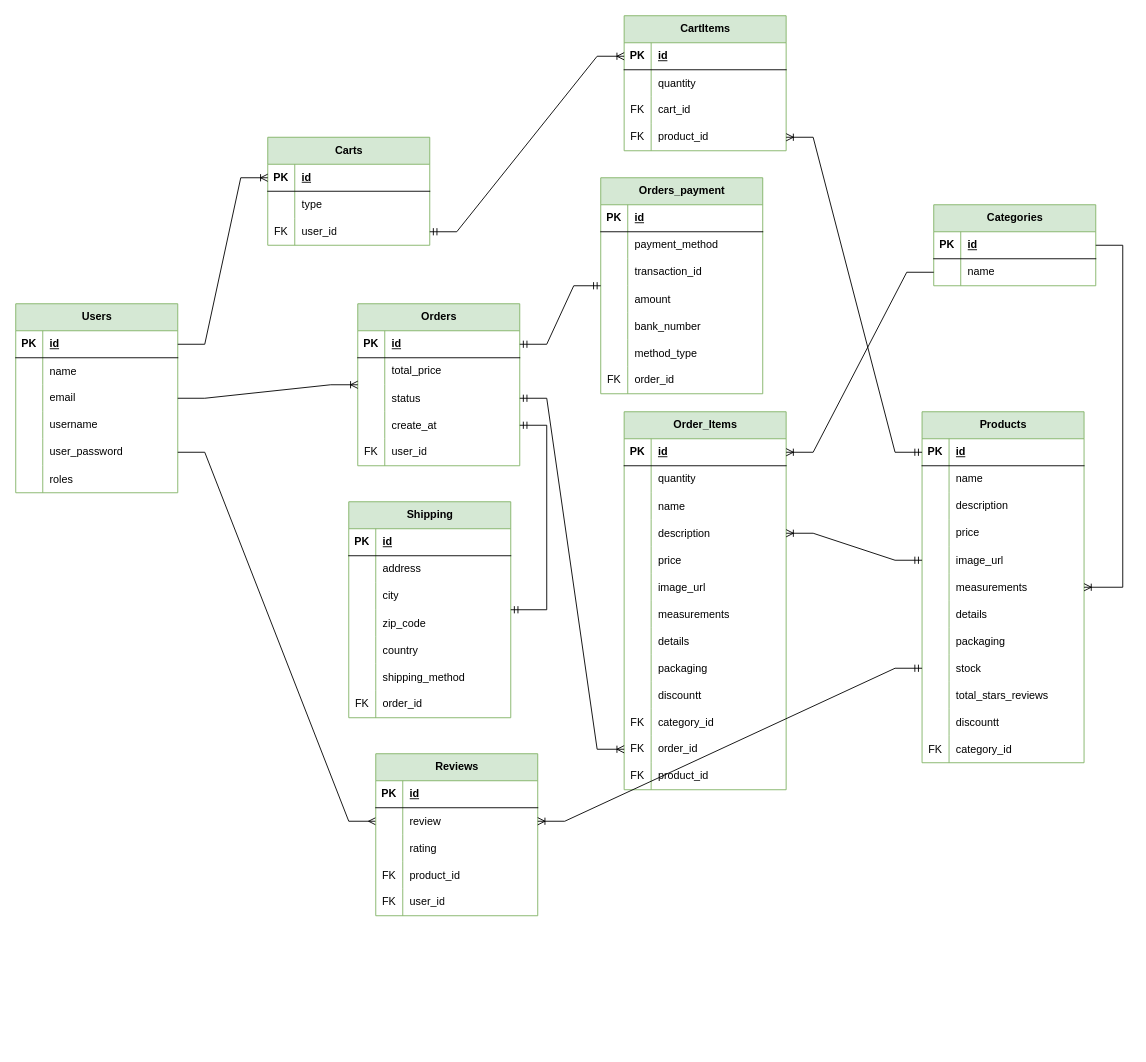
Above: ER Diagram.drawio in matobuild/Elegant (draw.io), before the change. Source tidied: cells renumbered, new cells numbered last; positions are measured from the earlier drawing's top-left corner, leaving out a move shared by most shapes. Both pictures are drawn from the tidied source at 90%, with x=0, y=0 at pixel (15, 15).
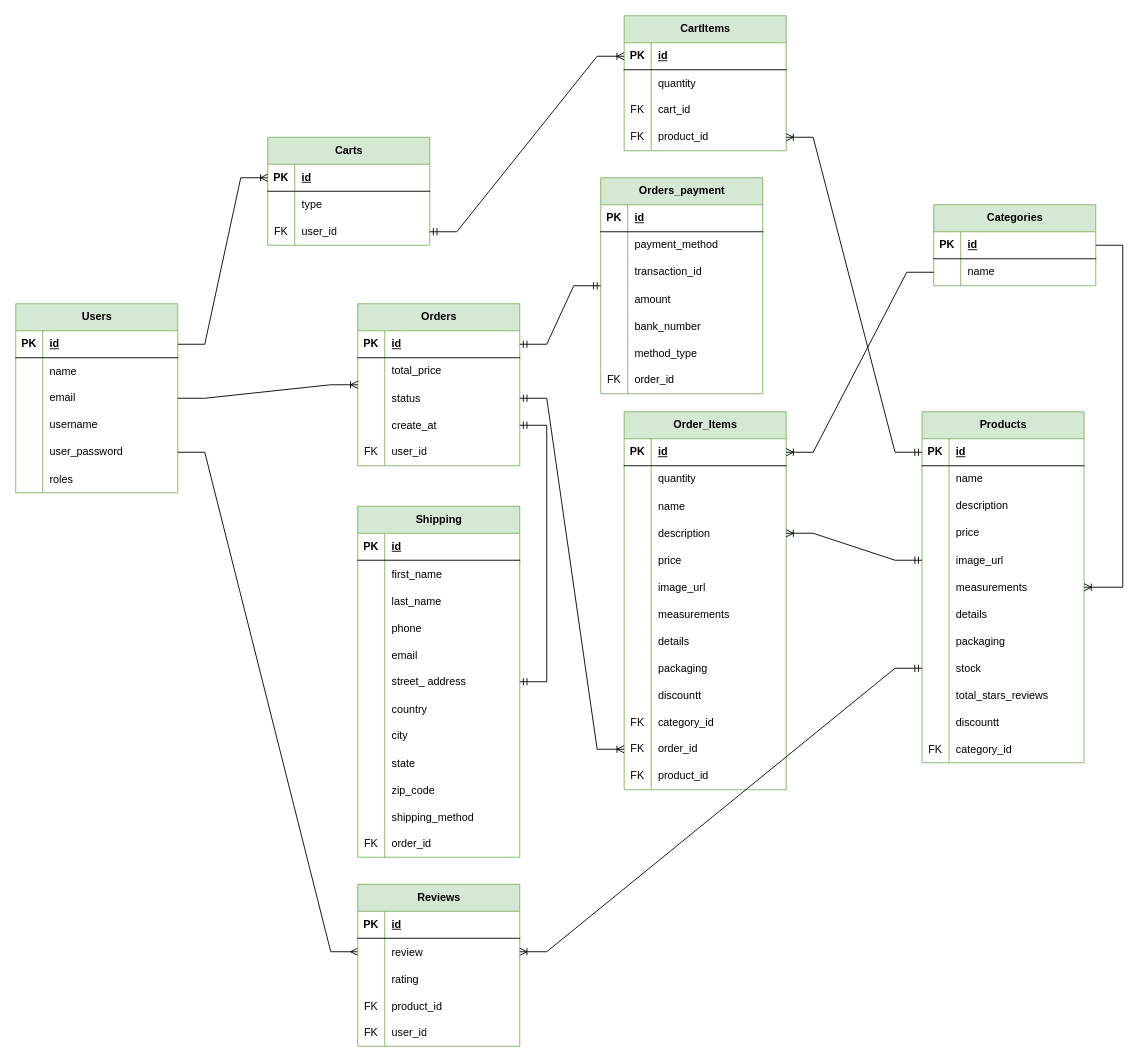
The same diagram, later.

What changed in the source:
```diff
@@
     <mxCell id="116" value="Shipping" style="shape=table;startSize=30;childLayout=tableLayout;rowLines=0;fontStyle=1;align=center;html=1;fillColor=#d5e8d4;strokeColor=#82b366;" parent="1" vertex="1">
-      <mxGeometry x="370" y="540" width="180" height="240" as="geometry" />
+      <mxGeometry x="380" y="545" width="180" height="390" as="geometry" />
     </mxCell>
@@
+    <mxCell id="216" style="shape=tableRow;horizontal=0;startSize=0;swimlaneHead=0;swimlaneBody=0;fillColor=none;top=0;left=0;right=0;bottom=0;" parent="116" vertex="1">
+      <mxGeometry y="60" width="180" height="30" as="geometry" />
+    </mxCell>
+    <mxCell id="217" style="shape=partialRectangle;fillColor=none;top=0;left=0;bottom=0;right=0;overflow=hidden;" parent="216" vertex="1">
+      <mxGeometry width="30" height="30" as="geometry" />
+    </mxCell>
+    <mxCell id="218" value="first_name" style="shape=partialRectangle;fillColor=none;top=0;left=0;bottom=0;right=0;align=left;spacingLeft=6;overflow=hidden;" parent="216" vertex="1">
+      <mxGeometry x="30" width="150" height="30" as="geometry" />
+    </mxCell>
+    <mxCell id="219" style="shape=tableRow;horizontal=0;startSize=0;swimlaneHead=0;swimlaneBody=0;fillColor=none;top=0;left=0;right=0;bottom=0;" parent="116" vertex="1">
+      <mxGeometry y="90" width="180" height="30" as="geometry" />
+    </mxCell>
+    <mxCell id="220" style="shape=partialRectangle;fillColor=none;top=0;left=0;bottom=0;right=0;overflow=hidden;" parent="219" vertex="1">
+      <mxGeometry width="30" height="30" as="geometry" />
+    </mxCell>
+    <mxCell id="221" value="last_name" style="shape=partialRectangle;fillColor=none;top=0;left=0;bottom=0;right=0;align=left;spacingLeft=6;overflow=hidden;" parent="219" vertex="1">
+      <mxGeometry x="30" width="150" height="30" as="geometry" />
+    </mxCell>
+    <mxCell id="222" style="shape=tableRow;horizontal=0;startSize=0;swimlaneHead=0;swimlaneBody=0;fillColor=none;top=0;left=0;right=0;bottom=0;" parent="116" vertex="1">
+      <mxGeometry y="120" width="180" height="30" as="geometry" />
+    </mxCell>
+    <mxCell id="223" style="shape=partialRectangle;fillColor=none;top=0;left=0;bottom=0;right=0;overflow=hidden;" parent="222" vertex="1">
+      <mxGeometry width="30" height="30" as="geometry" />
+    </mxCell>
+    <mxCell id="224" value="phone" style="shape=partialRectangle;fillColor=none;top=0;left=0;bottom=0;right=0;align=left;spacingLeft=6;overflow=hidden;" parent="222" vertex="1">
+      <mxGeometry x="30" width="150" height="30" as="geometry" />
+    </mxCell>
+    <mxCell id="225" style="shape=tableRow;horizontal=0;startSize=0;swimlaneHead=0;swimlaneBody=0;fillColor=none;top=0;left=0;right=0;bottom=0;" parent="116" vertex="1">
+      <mxGeometry y="150" width="180" height="30" as="geometry" />
+    </mxCell>
+    <mxCell id="226" style="shape=partialRectangle;fillColor=none;top=0;left=0;bottom=0;right=0;overflow=hidden;" parent="225" vertex="1">
+      <mxGeometry width="30" height="30" as="geometry" />
+    </mxCell>
+    <mxCell id="227" value="email" style="shape=partialRectangle;fillColor=none;top=0;left=0;bottom=0;right=0;align=left;spacingLeft=6;overflow=hidden;" parent="225" vertex="1">
+      <mxGeometry x="30" width="150" height="30" as="geometry" />
+    </mxCell>
     <mxCell id="120" style="shape=tableRow;horizontal=0;startSize=0;swimlaneHead=0;swimlaneBody=0;fillColor=none;top=0;left=0;right=0;bottom=0;" parent="116" vertex="1">
-      <mxGeometry y="60" width="180" height="30" as="geometry" />
+      <mxGeometry y="180" width="180" height="30" as="geometry" />
     </mxCell>
@@
-    <mxCell id="122" value="address" style="shape=partialRectangle;fillColor=none;top=0;left=0;bottom=0;right=0;align=left;spacingLeft=6;overflow=hidden;whiteSpace=wrap;html=1;" parent="120" vertex="1">
+    <mxCell id="122" value="street_ address" style="shape=partialRectangle;fillColor=none;top=0;left=0;bottom=0;right=0;align=left;spacingLeft=6;overflow=hidden;whiteSpace=wrap;html=1;" parent="120" vertex="1">
       <mxGeometry x="30" width="150" height="30" as="geometry" />
     </mxCell>
+    <mxCell id="129" style="shape=tableRow;horizontal=0;startSize=0;swimlaneHead=0;swimlaneBody=0;fillColor=none;top=0;left=0;right=0;bottom=0;" parent="116" vertex="1">
+      <mxGeometry y="210" width="180" height="30" as="geometry" />
+    </mxCell>
+    <mxCell id="130" style="shape=partialRectangle;fillColor=none;top=0;left=0;bottom=0;right=0;overflow=hidden;" parent="129" vertex="1">
+      <mxGeometry width="30" height="30" as="geometry" />
+    </mxCell>
+    <mxCell id="131" value="country" style="shape=partialRectangle;fillColor=none;top=0;left=0;bottom=0;right=0;align=left;spacingLeft=6;overflow=hidden;" parent="129" vertex="1">
+      <mxGeometry x="30" width="150" height="30" as="geometry" />
+    </mxCell>
     <mxCell id="123" style="shape=tableRow;horizontal=0;startSize=0;swimlaneHead=0;swimlaneBody=0;fillColor=none;top=0;left=0;right=0;bottom=0;" parent="116" vertex="1">
-      <mxGeometry y="90" width="180" height="30" as="geometry" />
+      <mxGeometry y="240" width="180" height="30" as="geometry" />
     </mxCell>
@@
+    <mxCell id="228" style="shape=tableRow;horizontal=0;startSize=0;swimlaneHead=0;swimlaneBody=0;fillColor=none;top=0;left=0;right=0;bottom=0;" parent="116" vertex="1">
+      <mxGeometry y="270" width="180" height="30" as="geometry" />
+    </mxCell>
+    <mxCell id="229" style="shape=partialRectangle;fillColor=none;top=0;left=0;bottom=0;right=0;overflow=hidden;" parent="228" vertex="1">
+      <mxGeometry width="30" height="30" as="geometry" />
+    </mxCell>
+    <mxCell id="230" value="state" style="shape=partialRectangle;fillColor=none;top=0;left=0;bottom=0;right=0;align=left;spacingLeft=6;overflow=hidden;" parent="228" vertex="1">
+      <mxGeometry x="30" width="150" height="30" as="geometry" />
+    </mxCell>
     <mxCell id="126" style="shape=tableRow;horizontal=0;startSize=0;swimlaneHead=0;swimlaneBody=0;fillColor=none;top=0;left=0;right=0;bottom=0;" parent="116" vertex="1">
-      <mxGeometry y="120" width="180" height="30" as="geometry" />
+      <mxGeometry y="300" width="180" height="30" as="geometry" />
     </mxCell>
@@
-    <mxCell id="129" style="shape=tableRow;horizontal=0;startSize=0;swimlaneHead=0;swimlaneBody=0;fillColor=none;top=0;left=0;right=0;bottom=0;" parent="116" vertex="1">
-      <mxGeometry y="150" width="180" height="30" as="geometry" />
-    </mxCell>
-    <mxCell id="130" style="shape=partialRectangle;fillColor=none;top=0;left=0;bottom=0;right=0;overflow=hidden;" parent="129" vertex="1">
-      <mxGeometry width="30" height="30" as="geometry" />
-    </mxCell>
-    <mxCell id="131" value="country" style="shape=partialRectangle;fillColor=none;top=0;left=0;bottom=0;right=0;align=left;spacingLeft=6;overflow=hidden;" parent="129" vertex="1">
-      <mxGeometry x="30" width="150" height="30" as="geometry" />
-    </mxCell>
     <mxCell id="132" style="shape=tableRow;horizontal=0;startSize=0;swimlaneHead=0;swimlaneBody=0;fillColor=none;top=0;left=0;right=0;bottom=0;" parent="116" vertex="1">
-      <mxGeometry y="180" width="180" height="30" as="geometry" />
+      <mxGeometry y="330" width="180" height="30" as="geometry" />
     </mxCell>
@@
     <mxCell id="135" style="shape=tableRow;horizontal=0;startSize=0;swimlaneHead=0;swimlaneBody=0;fillColor=none;top=0;left=0;right=0;bottom=0;" parent="116" vertex="1">
-      <mxGeometry y="210" width="180" height="30" as="geometry" />
+      <mxGeometry y="360" width="180" height="30" as="geometry" />
     </mxCell>
@@
     <mxCell id="198" value="Reviews" style="shape=table;startSize=30;childLayout=tableLayout;rowLines=0;fontStyle=1;align=center;html=1;fillColor=#d5e8d4;strokeColor=#82b366;" parent="1" vertex="1">
-      <mxGeometry x="400" y="820" width="180" height="180" as="geometry" />
+      <mxGeometry x="380" y="965" width="180" height="180" as="geometry" />
     </mxCell>
```
